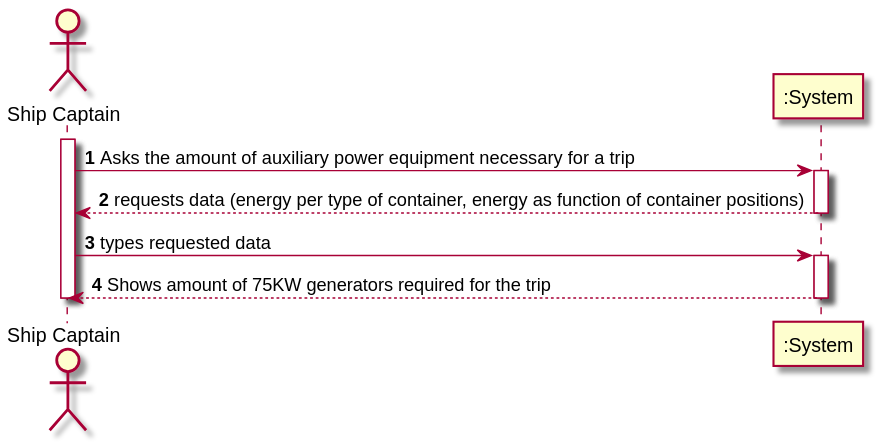
1190772/LAB-Project-3 keeps this PlantUML diagram as docs/Sprint 4/US/US415/US415_SSD.svg. Above is the earlier version.
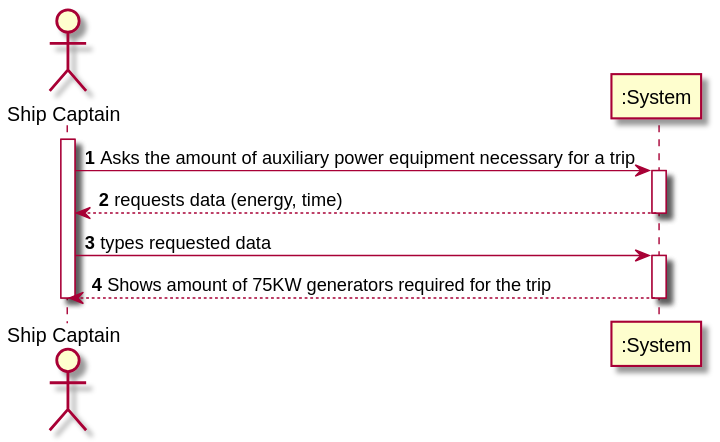
Later version of the same file.

Change to the diagram source:
```diff
@@ -8,7 +8,7 @@
 SP -> ":System" : Asks the amount of auxiliary power equipment necessary for a trip
 
 activate ":System"
-":System" --> "SP" : requests data (energy per type of container, energy as function of container positions)
+":System" --> "SP" : requests data (energy, time)
 deactivate ":System"
 
 SP -> ":System" : types requested data
```
